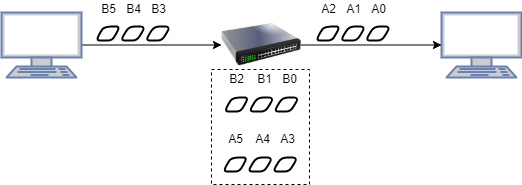
Before: compute-networking/img/compute-networking_1.png, a diagram exported from draw.io (an-die-freude/computer-network-note). Source tidied: cells renumbered, new cells last; positions are measured from the earlier drawing's top-left corner, leaving out a move shared by most shapes.
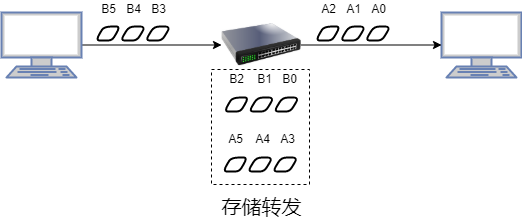
After the commit.

Diff of the diagram source:
```diff
@@ -92,5 +92,8 @@
     <mxCell id="31" value="A2" style="text;html=1;align=center;verticalAlign=middle;strokeColor=none;fillColor=none;" parent="1" vertex="1">
       <mxGeometry x="314" width="25" height="18" as="geometry" />
     </mxCell>
+    <mxCell id="32" value="&lt;font style=&quot;font-size: 20px&quot;&gt;存储转发&lt;/font&gt;" style="text;html=1;align=center;verticalAlign=middle;strokeColor=none;fillColor=none;" parent="1" vertex="1">
+      <mxGeometry x="215" y="195" width="90" height="21" as="geometry" />
+    </mxCell>
   </root>
 </mxGraphModel>
```
